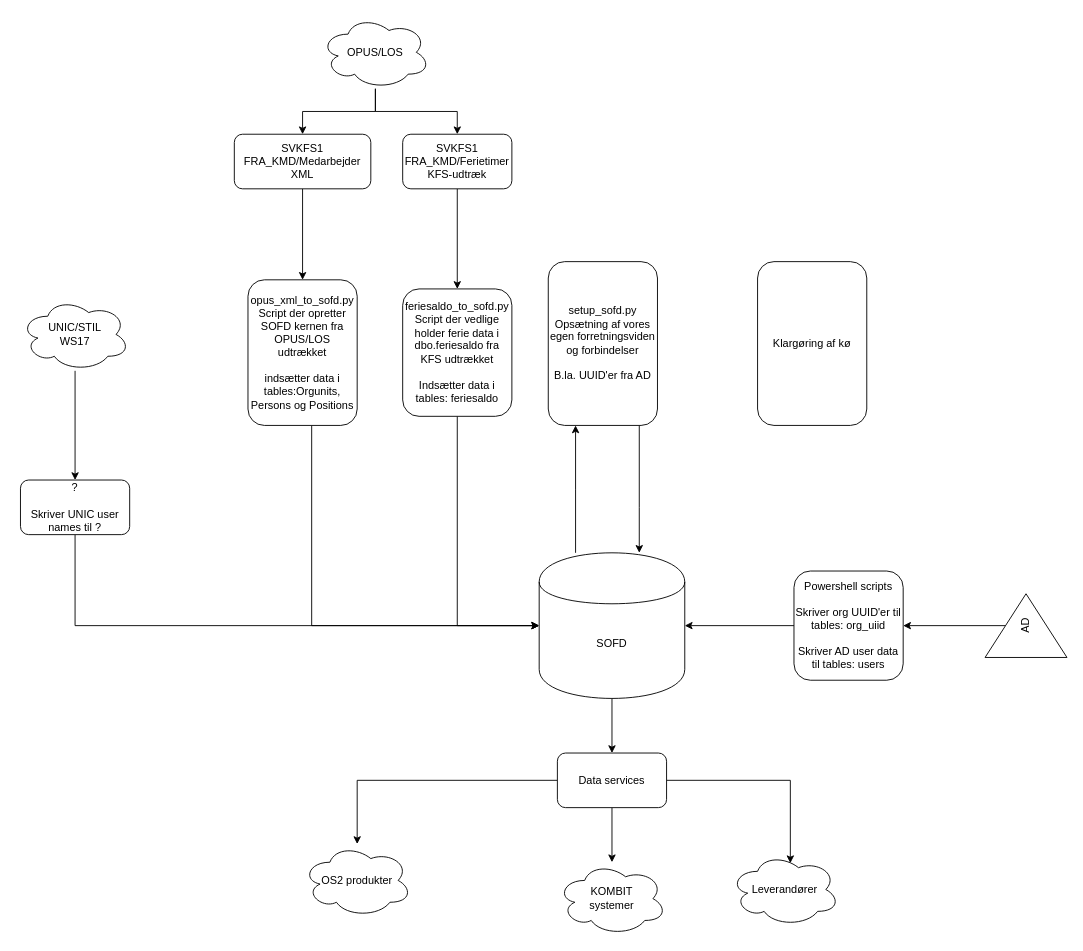
The draw.io diagram SOFD_overordnet.drawio in Skanderborg/SOFD, before the edit. Source tidied: cells renumbered, new cells numbered last; positions are measured from the earlier drawing's top-left corner, leaving out a move shared by most shapes. Both pictures are drawn from the tidied source at 91%, with x=0, y=0 at pixel (20, 15).
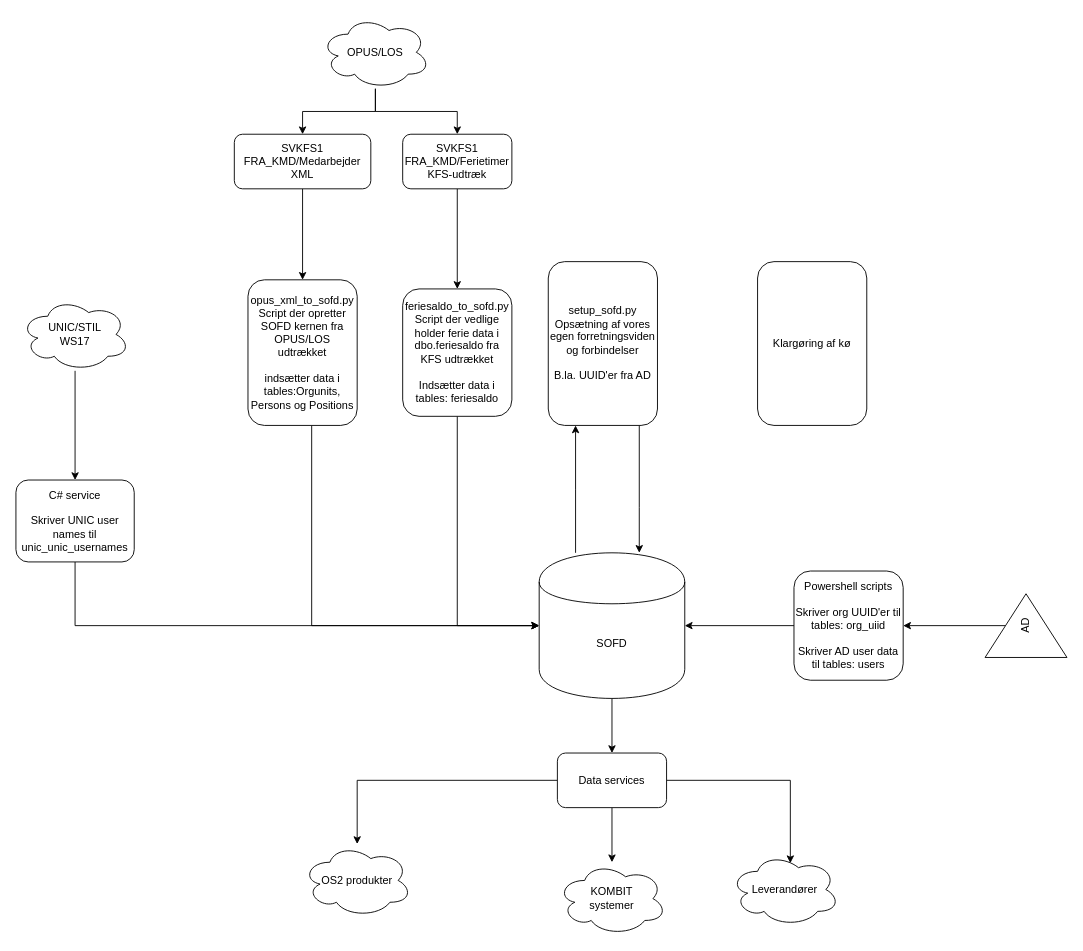
The same page after the edit.

The edit, as a diff of the source:
```diff
@@
-    <mxCell id="32" value="&lt;div&gt;?&lt;/div&gt;&lt;div&gt;&lt;br&gt;&lt;/div&gt;&lt;div&gt;Skriver UNIC user names til ?&lt;br&gt;&lt;/div&gt;" style="rounded=1;whiteSpace=wrap;html=1;" parent="1" vertex="1">
-      <mxGeometry y="510" width="120" height="60" as="geometry" />
+    <mxCell id="32" value="&lt;div&gt;C# service&lt;br&gt;&lt;/div&gt;&lt;div&gt;&lt;br&gt;&lt;/div&gt;&lt;div&gt;Skriver UNIC user names til unic_unic_usernames&lt;br&gt;&lt;/div&gt;" style="rounded=1;whiteSpace=wrap;html=1;" parent="1" vertex="1">
+      <mxGeometry x="-5" y="510" width="130" height="90" as="geometry" />
     </mxCell>
```
